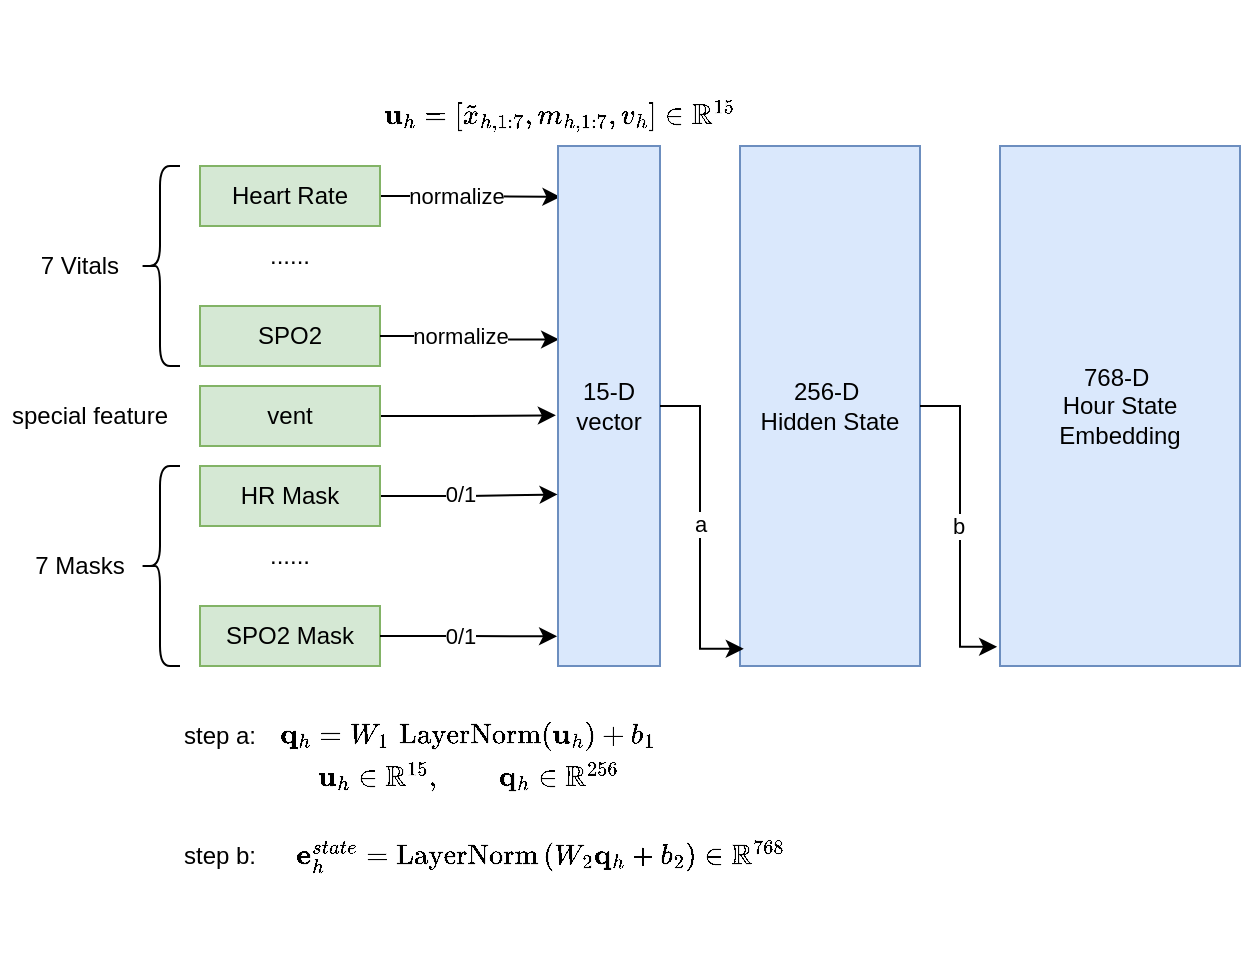
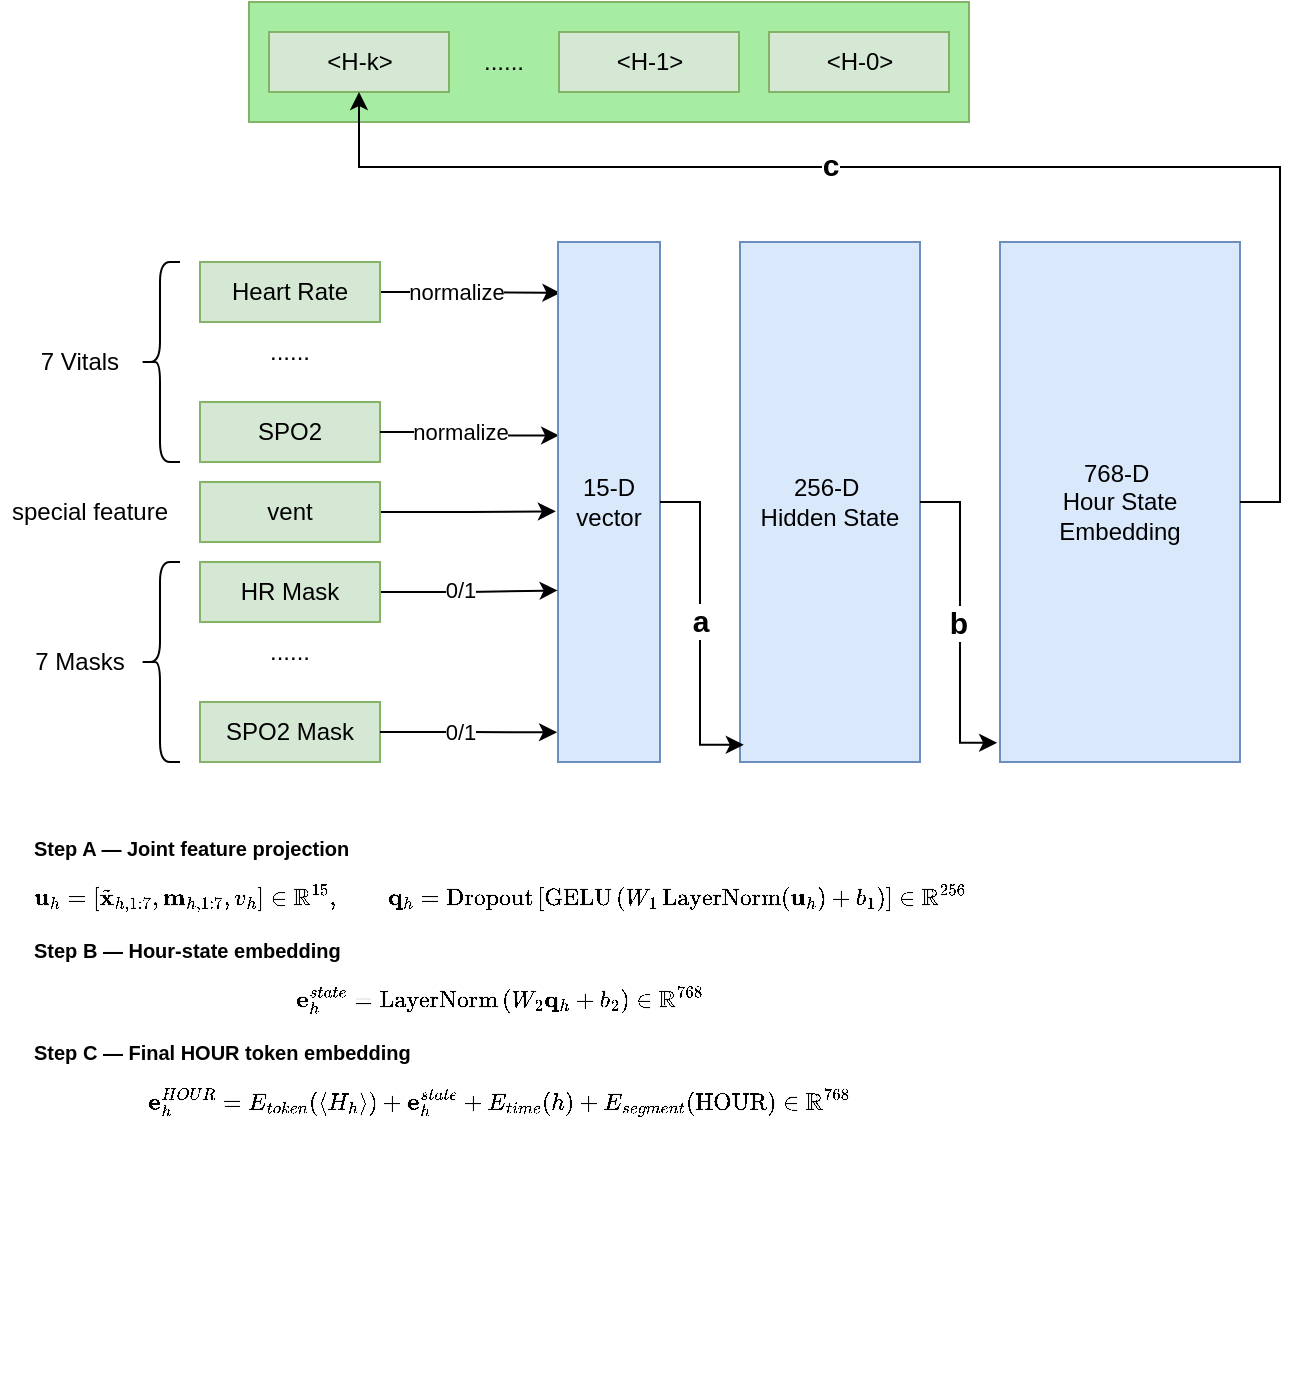
<mxfile host="app.diagrams.net">
  <diagram name="第 1 页" id="nAsU6gyC1mNvlDI-DRoH">
-     <mxGraphModel dx="860" dy="550" grid="1" gridSize="10" guides="1" tooltips="1" connect="1" arrows="1" fold="1" page="1" pageScale="1" pageWidth="827" pageHeight="1169" math="1" shadow="0">
+     <mxGraphModel dx="1012" dy="647" grid="1" gridSize="10" guides="1" tooltips="1" connect="1" arrows="1" fold="1" page="1" pageScale="1" pageWidth="827" pageHeight="1169" math="1" shadow="0">
      <root>
        <mxCell id="0" />
        <mxCell id="1" parent="0" />
        <mxCell id="kKPQh_yyxQglyLtZ7Z46-4" edge="1" parent="1" source="pDWxXRjlAIgQHcPaZFlJ-1" style="edgeStyle=orthogonalEdgeStyle;rounded=0;orthogonalLoop=1;jettySize=auto;html=1;exitX=1;exitY=0.5;exitDx=0;exitDy=0;entryX=0.024;entryY=0.098;entryDx=0;entryDy=0;entryPerimeter=0;" target="kKPQh_yyxQglyLtZ7Z46-21">
          <mxGeometry relative="1" as="geometry">
            <mxPoint x="380" y="195" as="targetPoint" />
          </mxGeometry>
        </mxCell>
        <mxCell id="kKPQh_yyxQglyLtZ7Z46-18" connectable="0" parent="kKPQh_yyxQglyLtZ7Z46-4" style="edgeLabel;html=1;align=center;verticalAlign=middle;resizable=0;points=[];" value="normalize" vertex="1">
          <mxGeometry relative="1" x="-0.6228" y="-1" as="geometry">
            <mxPoint x="21" y="-1" as="offset" />
          </mxGeometry>
        </mxCell>
        <mxCell id="pDWxXRjlAIgQHcPaZFlJ-1" parent="1" style="rounded=0;whiteSpace=wrap;html=1;fillColor=#d5e8d4;strokeColor=#82b366;" value="Heart Rate" vertex="1">
          <mxGeometry height="30" width="90" x="190" y="180" as="geometry" />
        </mxCell>
        <mxCell id="pDWxXRjlAIgQHcPaZFlJ-4" parent="1" style="rounded=0;whiteSpace=wrap;html=1;fillColor=#d5e8d4;strokeColor=#82b366;" value="SPO2" vertex="1">
          <mxGeometry height="30" width="90" x="190" y="250" as="geometry" />
        </mxCell>
        <mxCell id="kKPQh_yyxQglyLtZ7Z46-7" edge="1" parent="1" source="pDWxXRjlAIgQHcPaZFlJ-5" style="edgeStyle=orthogonalEdgeStyle;rounded=0;orthogonalLoop=1;jettySize=auto;html=1;exitX=1;exitY=0.5;exitDx=0;exitDy=0;entryX=-0.021;entryY=0.518;entryDx=0;entryDy=0;entryPerimeter=0;" target="kKPQh_yyxQglyLtZ7Z46-21">
          <mxGeometry relative="1" as="geometry">
            <mxPoint x="380" y="305" as="targetPoint" />
          </mxGeometry>
        </mxCell>
        <mxCell id="pDWxXRjlAIgQHcPaZFlJ-5" parent="1" style="rounded=0;whiteSpace=wrap;html=1;fillColor=#d5e8d4;strokeColor=#82b366;" value="vent" vertex="1">
          <mxGeometry height="30" width="90" x="190" y="290" as="geometry" />
        </mxCell>
        <mxCell id="pDWxXRjlAIgQHcPaZFlJ-6" parent="1" style="text;html=1;whiteSpace=wrap;strokeColor=none;fillColor=none;align=center;verticalAlign=middle;rounded=0;" value="......" vertex="1">
          <mxGeometry height="30" width="60" x="205" y="210" as="geometry" />
        </mxCell>
        <mxCell id="kKPQh_yyxQglyLtZ7Z46-5" edge="1" parent="1" source="pDWxXRjlAIgQHcPaZFlJ-4" style="edgeStyle=orthogonalEdgeStyle;rounded=0;orthogonalLoop=1;jettySize=auto;html=1;exitX=1;exitY=0.5;exitDx=0;exitDy=0;entryX=0.011;entryY=0.372;entryDx=0;entryDy=0;entryPerimeter=0;" target="kKPQh_yyxQglyLtZ7Z46-21">
          <mxGeometry relative="1" as="geometry">
            <Array as="points" />
            <mxPoint x="330" y="260" as="sourcePoint" />
            <mxPoint x="380" y="265" as="targetPoint" />
          </mxGeometry>
        </mxCell>
        <mxCell id="kKPQh_yyxQglyLtZ7Z46-13" parent="1" style="shape=curlyBracket;whiteSpace=wrap;html=1;rounded=1;labelPosition=left;verticalLabelPosition=middle;align=right;verticalAlign=middle;" value="" vertex="1">
          <mxGeometry height="100" width="20" x="160" y="180" as="geometry" />
        </mxCell>
        <mxCell id="kKPQh_yyxQglyLtZ7Z46-14" parent="1" style="text;html=1;whiteSpace=wrap;strokeColor=none;fillColor=none;align=center;verticalAlign=middle;rounded=0;" value="7 Vitals" vertex="1">
          <mxGeometry height="30" width="60" x="100" y="215" as="geometry" />
        </mxCell>
        <mxCell id="kKPQh_yyxQglyLtZ7Z46-19" connectable="0" parent="1" style="edgeLabel;html=1;align=center;verticalAlign=middle;resizable=0;points=[];" value="normalize" vertex="1">
          <mxGeometry x="320" y="265" as="geometry" />
        </mxCell>
        <mxCell id="kKPQh_yyxQglyLtZ7Z46-21" parent="1" style="rounded=0;whiteSpace=wrap;html=1;fillColor=#dae8fc;strokeColor=#6c8ebf;" value="15-D vector" vertex="1">
          <mxGeometry height="260" width="51" x="369" y="170" as="geometry" />
        </mxCell>
        <mxCell id="kKPQh_yyxQglyLtZ7Z46-22" edge="1" parent="1" source="kKPQh_yyxQglyLtZ7Z46-24" style="edgeStyle=orthogonalEdgeStyle;rounded=0;orthogonalLoop=1;jettySize=auto;html=1;exitX=1;exitY=0.5;exitDx=0;exitDy=0;entryX=-0.004;entryY=0.67;entryDx=0;entryDy=0;entryPerimeter=0;" target="kKPQh_yyxQglyLtZ7Z46-21">
          <mxGeometry relative="1" as="geometry">
            <mxPoint x="380" y="345" as="targetPoint" />
          </mxGeometry>
        </mxCell>
        <mxCell id="kKPQh_yyxQglyLtZ7Z46-30" connectable="0" parent="kKPQh_yyxQglyLtZ7Z46-22" style="edgeLabel;html=1;align=center;verticalAlign=middle;resizable=0;points=[];" value="0/1" vertex="1">
          <mxGeometry relative="1" x="-0.1137" y="1" as="geometry">
            <mxPoint as="offset" />
          </mxGeometry>
        </mxCell>
        <mxCell id="kKPQh_yyxQglyLtZ7Z46-24" parent="1" style="rounded=0;whiteSpace=wrap;html=1;fillColor=#d5e8d4;strokeColor=#82b366;" value="HR Mask" vertex="1">
          <mxGeometry height="30" width="90" x="190" y="330" as="geometry" />
        </mxCell>
        <mxCell id="kKPQh_yyxQglyLtZ7Z46-25" parent="1" style="rounded=0;whiteSpace=wrap;html=1;fillColor=#d5e8d4;strokeColor=#82b366;" value="SPO2 Mask" vertex="1">
          <mxGeometry height="30" width="90" x="190" y="400" as="geometry" />
        </mxCell>
        <mxCell id="kKPQh_yyxQglyLtZ7Z46-26" parent="1" style="text;html=1;whiteSpace=wrap;strokeColor=none;fillColor=none;align=center;verticalAlign=middle;rounded=0;" value="......" vertex="1">
          <mxGeometry height="30" width="60" x="205" y="360" as="geometry" />
        </mxCell>
        <mxCell id="kKPQh_yyxQglyLtZ7Z46-27" edge="1" parent="1" source="kKPQh_yyxQglyLtZ7Z46-25" style="edgeStyle=orthogonalEdgeStyle;rounded=0;orthogonalLoop=1;jettySize=auto;html=1;entryX=-0.009;entryY=0.943;entryDx=0;entryDy=0;exitX=1;exitY=0.5;exitDx=0;exitDy=0;entryPerimeter=0;" target="kKPQh_yyxQglyLtZ7Z46-21">
          <mxGeometry relative="1" as="geometry">
            <Array as="points" />
            <mxPoint x="330" y="410" as="sourcePoint" />
            <mxPoint x="380" y="415" as="targetPoint" />
          </mxGeometry>
        </mxCell>
        <mxCell id="kKPQh_yyxQglyLtZ7Z46-28" parent="1" style="shape=curlyBracket;whiteSpace=wrap;html=1;rounded=1;labelPosition=left;verticalLabelPosition=middle;align=right;verticalAlign=middle;" value="" vertex="1">
          <mxGeometry height="100" width="20" x="160" y="330" as="geometry" />
        </mxCell>
        <mxCell id="kKPQh_yyxQglyLtZ7Z46-29" connectable="0" parent="1" style="edgeLabel;html=1;align=center;verticalAlign=middle;resizable=0;points=[];" value="0/1" vertex="1">
          <mxGeometry x="320" y="415" as="geometry" />
        </mxCell>
        <mxCell id="kKPQh_yyxQglyLtZ7Z46-31" parent="1" style="text;html=1;whiteSpace=wrap;strokeColor=none;fillColor=none;align=center;verticalAlign=middle;rounded=0;" value="7 Masks" vertex="1">
          <mxGeometry height="30" width="60" x="100" y="365" as="geometry" />
        </mxCell>
-         <mxCell id="kKPQh_yyxQglyLtZ7Z46-32" parent="1" style="text;html=1;whiteSpace=wrap;strokeColor=none;fillColor=none;align=center;verticalAlign=middle;rounded=0;" value="\(\mathbf u_h=&lt;br/&gt;[&lt;br/&gt;\tilde{x}_{h,1:7},&lt;br/&gt;m_{h,1:7},&lt;br/&gt;v_h&lt;br/&gt;]&lt;br/&gt;\in\mathbb R^{15}\)" vertex="1">
-           <mxGeometry height="30" width="60" x="340" y="140" as="geometry" />
-         </mxCell>
        <mxCell id="kKPQh_yyxQglyLtZ7Z46-33" parent="1" style="text;html=1;whiteSpace=wrap;strokeColor=none;fillColor=none;align=center;verticalAlign=middle;rounded=0;" value="special feature" vertex="1">
          <mxGeometry height="30" width="90" x="90" y="290" as="geometry" />
        </mxCell>
        <mxCell id="kKPQh_yyxQglyLtZ7Z46-35" parent="1" style="rounded=0;whiteSpace=wrap;html=1;fillColor=#dae8fc;strokeColor=#6c8ebf;" value="256-D&amp;nbsp;&lt;div&gt;Hidden State&lt;/div&gt;" vertex="1">
          <mxGeometry height="260" width="90" x="460" y="170" as="geometry" />
        </mxCell>
        <mxCell id="kKPQh_yyxQglyLtZ7Z46-47" parent="1" style="rounded=0;whiteSpace=wrap;html=1;fillColor=#dae8fc;strokeColor=#6c8ebf;" value="768-D&amp;nbsp;&lt;div&gt;Hour State Embedding&lt;/div&gt;" vertex="1">
          <mxGeometry height="260" width="120" x="590" y="170" as="geometry" />
        </mxCell>
        <mxCell id="kKPQh_yyxQglyLtZ7Z46-48" edge="1" parent="1" source="kKPQh_yyxQglyLtZ7Z46-21" style="edgeStyle=orthogonalEdgeStyle;rounded=0;orthogonalLoop=1;jettySize=auto;html=1;entryX=0.021;entryY=0.967;entryDx=0;entryDy=0;entryPerimeter=0;" target="kKPQh_yyxQglyLtZ7Z46-35">
          <mxGeometry relative="1" as="geometry" />
        </mxCell>
-         <mxCell id="kKPQh_yyxQglyLtZ7Z46-51" connectable="0" parent="kKPQh_yyxQglyLtZ7Z46-48" style="edgeLabel;html=1;align=center;verticalAlign=middle;resizable=0;points=[];" value="a" vertex="1">
+         <mxCell id="kKPQh_yyxQglyLtZ7Z46-51" connectable="0" parent="kKPQh_yyxQglyLtZ7Z46-48" style="edgeLabel;html=1;align=center;verticalAlign=middle;resizable=0;points=[];" value="&lt;font style=&quot;font-size: 15px;&quot;&gt;&lt;b style=&quot;&quot;&gt;a&lt;/b&gt;&lt;/font&gt;" vertex="1">
          <mxGeometry relative="1" x="-0.0352" as="geometry">
            <mxPoint as="offset" />
          </mxGeometry>
        </mxCell>
        <mxCell id="kKPQh_yyxQglyLtZ7Z46-49" edge="1" parent="1" source="kKPQh_yyxQglyLtZ7Z46-35" style="edgeStyle=orthogonalEdgeStyle;rounded=0;orthogonalLoop=1;jettySize=auto;html=1;entryX=-0.012;entryY=0.963;entryDx=0;entryDy=0;entryPerimeter=0;" target="kKPQh_yyxQglyLtZ7Z46-47">
          <mxGeometry relative="1" as="geometry" />
        </mxCell>
-         <mxCell id="kKPQh_yyxQglyLtZ7Z46-52" connectable="0" parent="kKPQh_yyxQglyLtZ7Z46-49" style="edgeLabel;html=1;align=center;verticalAlign=middle;resizable=0;points=[];" value="b" vertex="1">
+         <mxCell id="kKPQh_yyxQglyLtZ7Z46-52" connectable="0" parent="kKPQh_yyxQglyLtZ7Z46-49" style="edgeLabel;html=1;align=center;verticalAlign=middle;resizable=0;points=[];" value="&lt;font style=&quot;font-size: 15px;&quot;&gt;&lt;b style=&quot;&quot;&gt;b&lt;/b&gt;&lt;/font&gt;" vertex="1">
          <mxGeometry relative="1" x="0.0013" y="-1" as="geometry">
            <mxPoint as="offset" />
          </mxGeometry>
        </mxCell>
-         <mxCell id="kKPQh_yyxQglyLtZ7Z46-54" connectable="0" parent="1" style="group" value="" vertex="1">
-           <mxGeometry height="50" width="184" x="170" y="450" as="geometry" />
+         <mxCell id="kKPQh_yyxQglyLtZ7Z46-65" parent="1" style="text;html=1;whiteSpace=wrap;strokeColor=none;fillColor=none;align=left;verticalAlign=middle;rounded=0;" value="&lt;div style=&quot;line-height: 60%;&quot;&gt;&lt;h3 style=&quot;line-height: 60%;&quot;&gt;&lt;font style=&quot;font-size: 10px; line-height: 60%;&quot;&gt;Step A — Joint feature projection&lt;/font&gt;&lt;/h3&gt;&lt;font style=&quot;font-size: 10px;&quot;&gt;\[&lt;br&gt;\mathbf u_h=&lt;br&gt;[\tilde{\mathbf x}_{h,1:7},\mathbf m_{h,1:7},v_h]&lt;br&gt;\in\mathbb R^{15},&lt;br&gt;\qquad&lt;br&gt;\mathbf q_h=&lt;br&gt;\operatorname{Dropout}&lt;br&gt;\left[&lt;br&gt;\operatorname{GELU}&lt;br&gt;\left(&lt;br&gt;W_1\operatorname{LayerNorm}(\mathbf u_h)+b_1&lt;br&gt;\right)&lt;br&gt;\right]&lt;br&gt;\in\mathbb R^{256}&lt;br&gt;\]&lt;/font&gt;&lt;h3 style=&quot;line-height: 60%;&quot;&gt;&lt;font style=&quot;font-size: 10px; line-height: 60%;&quot;&gt;Step B — Hour-state embedding&lt;/font&gt;&lt;/h3&gt;&lt;font style=&quot;font-size: 10px;&quot;&gt;\[&lt;br&gt;\mathbf e_h^{state}&lt;br&gt;=&lt;br&gt;\operatorname{LayerNorm}&lt;br&gt;\left(&lt;br&gt;W_2\mathbf q_h+b_2&lt;br&gt;\right)&lt;br&gt;\in\mathbb R^{768}&lt;br&gt;\]&lt;/font&gt;&lt;h3 style=&quot;line-height: 60%;&quot;&gt;&lt;font style=&quot;font-size: 10px; line-height: 60%;&quot;&gt;Step C — Final HOUR token embedding&lt;/font&gt;&lt;/h3&gt;&lt;font style=&quot;font-size: 10px;&quot;&gt;\[&lt;br&gt;\mathbf e_h^{HOUR}&lt;br&gt;=&lt;br&gt;E_{token}(\langle H_h\rangle)&lt;br&gt;+&lt;br&gt;\mathbf e_h^{state}&lt;br&gt;+&lt;br&gt;E_{time}(h)&lt;br&gt;+&lt;br&gt;E_{segment}(\mathrm{HOUR})&lt;br&gt;\in\mathbb R^{768}&lt;br&gt;\]&lt;/font&gt;&lt;/div&gt;" vertex="1">
+           <mxGeometry height="30" width="60" x="105" y="520" as="geometry" />
        </mxCell>
-         <mxCell id="kKPQh_yyxQglyLtZ7Z46-40" connectable="0" parent="kKPQh_yyxQglyLtZ7Z46-54" style="group" value="" vertex="1">
-           <mxGeometry height="50" width="60" x="124" as="geometry" />
+         <mxCell id="kKPQh_yyxQglyLtZ7Z46-67" connectable="0" parent="1" style="group" value="" vertex="1">
+           <mxGeometry height="60" width="360" x="214.5" y="50" as="geometry" />
        </mxCell>
-         <mxCell id="kKPQh_yyxQglyLtZ7Z46-37" parent="kKPQh_yyxQglyLtZ7Z46-40" style="text;html=1;whiteSpace=wrap;strokeColor=none;fillColor=none;align=center;verticalAlign=middle;rounded=0;" value="\(\mathbf q_h&lt;br/&gt;=&lt;br/&gt;W_1\,\operatorname{LayerNorm}(\mathbf u_h)+b_1\)" vertex="1">
-           <mxGeometry height="30" width="60" as="geometry" />
+         <mxCell id="kKPQh_yyxQglyLtZ7Z46-58" parent="kKPQh_yyxQglyLtZ7Z46-67" style="rounded=0;whiteSpace=wrap;html=1;fillColor=light-dark(#a6eca2, #1f2f1e);strokeColor=#82b366;align=center;" value="" vertex="1">
+           <mxGeometry height="60" width="360" as="geometry" />
        </mxCell>
-         <mxCell id="kKPQh_yyxQglyLtZ7Z46-38" parent="kKPQh_yyxQglyLtZ7Z46-40" style="text;html=1;whiteSpace=wrap;strokeColor=none;fillColor=none;align=center;verticalAlign=middle;rounded=0;" value="\(\mathbf u_h\in\mathbb R^{15},&lt;br/&gt;\qquad&lt;br/&gt;\mathbf q_h\in\mathbb R^{256}\)" vertex="1">
-           <mxGeometry height="30" width="60" y="20" as="geometry" />
+         <mxCell id="kKPQh_yyxQglyLtZ7Z46-59" parent="kKPQh_yyxQglyLtZ7Z46-67" style="rounded=0;whiteSpace=wrap;html=1;fillColor=#d5e8d4;strokeColor=#82b366;" value="&amp;lt;H-k&amp;gt;" vertex="1">
+           <mxGeometry height="30" width="90" x="10" y="15" as="geometry" />
        </mxCell>
-         <mxCell id="kKPQh_yyxQglyLtZ7Z46-53" parent="kKPQh_yyxQglyLtZ7Z46-54" style="text;html=1;whiteSpace=wrap;strokeColor=none;fillColor=none;align=center;verticalAlign=middle;rounded=0;" value="step a:" vertex="1">
-           <mxGeometry height="30" width="60" as="geometry" />
+         <mxCell id="kKPQh_yyxQglyLtZ7Z46-60" parent="kKPQh_yyxQglyLtZ7Z46-67" style="rounded=0;whiteSpace=wrap;html=1;fillColor=#d5e8d4;strokeColor=#82b366;" value="&amp;lt;H-1&amp;gt;" vertex="1">
+           <mxGeometry height="30" width="90" x="155" y="15" as="geometry" />
        </mxCell>
-         <mxCell id="kKPQh_yyxQglyLtZ7Z46-57" connectable="0" parent="1" style="group" value="" vertex="1">
-           <mxGeometry height="50" width="220" x="170" y="500" as="geometry" />
+         <mxCell id="kKPQh_yyxQglyLtZ7Z46-61" parent="kKPQh_yyxQglyLtZ7Z46-67" style="rounded=0;whiteSpace=wrap;html=1;fillColor=#d5e8d4;strokeColor=#82b366;" value="&amp;lt;H-0&amp;gt;" vertex="1">
+           <mxGeometry height="30" width="90" x="260" y="15" as="geometry" />
        </mxCell>
-         <mxCell id="kKPQh_yyxQglyLtZ7Z46-50" parent="kKPQh_yyxQglyLtZ7Z46-57" style="text;html=1;whiteSpace=wrap;strokeColor=none;fillColor=none;align=center;verticalAlign=middle;rounded=0;" value="\(\mathbf e_h^{state}&lt;br/&gt;=&lt;br/&gt;\operatorname{LayerNorm}&lt;br/&gt;\left(&lt;br/&gt;W_2\mathbf q_h+b_2&lt;br/&gt;\right)&lt;br/&gt;\in\mathbb R^{768}\)" vertex="1">
-           <mxGeometry height="50" width="60" x="160" as="geometry" />
+         <mxCell id="kKPQh_yyxQglyLtZ7Z46-62" parent="kKPQh_yyxQglyLtZ7Z46-67" style="text;html=1;whiteSpace=wrap;strokeColor=none;fillColor=none;align=center;verticalAlign=middle;rounded=0;" value="......" vertex="1">
+           <mxGeometry height="30" width="60" x="97" y="15" as="geometry" />
        </mxCell>
-         <mxCell id="kKPQh_yyxQglyLtZ7Z46-56" parent="kKPQh_yyxQglyLtZ7Z46-57" style="text;html=1;whiteSpace=wrap;strokeColor=none;fillColor=none;align=center;verticalAlign=middle;rounded=0;" value="step b:" vertex="1">
-           <mxGeometry height="30" width="60" y="10" as="geometry" />
+         <mxCell id="kKPQh_yyxQglyLtZ7Z46-63" edge="1" parent="1" source="kKPQh_yyxQglyLtZ7Z46-47" style="edgeStyle=orthogonalEdgeStyle;rounded=0;orthogonalLoop=1;jettySize=auto;html=1;entryX=0.5;entryY=1;entryDx=0;entryDy=0;exitX=1;exitY=0.5;exitDx=0;exitDy=0;" target="kKPQh_yyxQglyLtZ7Z46-59">
+           <mxGeometry relative="1" as="geometry" />
+         </mxCell>
+         <mxCell id="kKPQh_yyxQglyLtZ7Z46-70" connectable="0" parent="kKPQh_yyxQglyLtZ7Z46-63" style="edgeLabel;html=1;align=center;verticalAlign=middle;resizable=0;points=[];" value="&lt;font style=&quot;font-size: 15px;&quot;&gt;&lt;b&gt;c&lt;/b&gt;&lt;/font&gt;" vertex="1">
+           <mxGeometry relative="1" x="0.1949" as="geometry">
+             <mxPoint x="-3" y="-2" as="offset" />
+           </mxGeometry>
        </mxCell>
      </root>
    </mxGraphModel>
  </diagram>
</mxfile>
